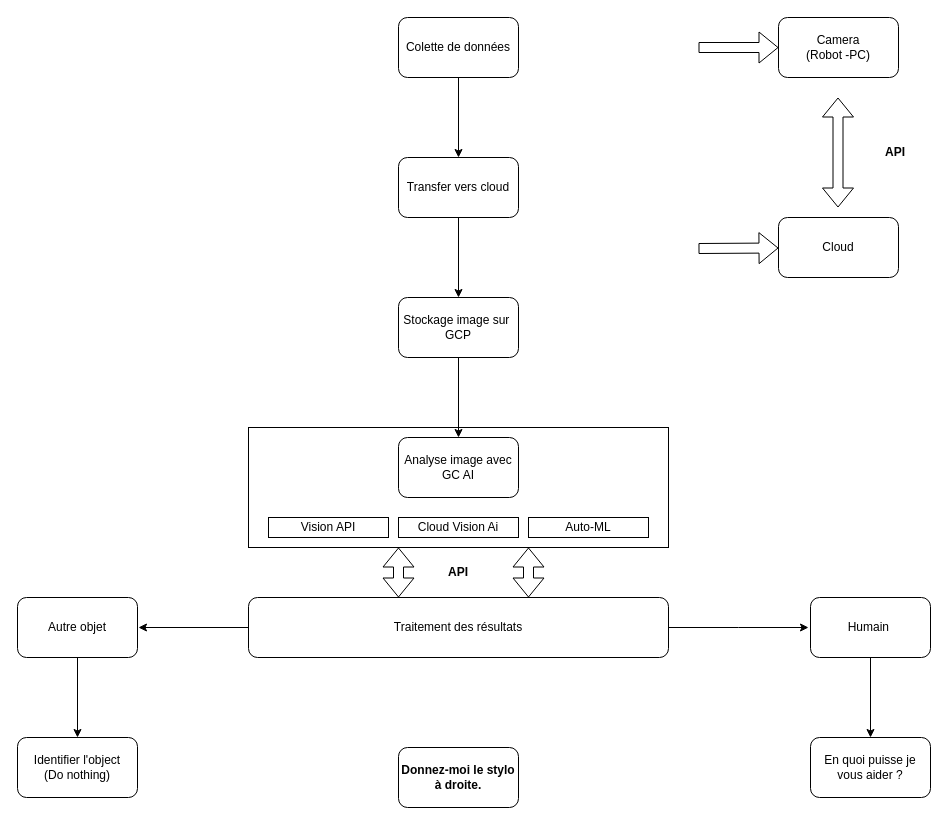
Earlier version of the draw.io diagram Diagramme sans nom.drawio (jbernardo6u/Personal_Project). Source tidied: cells renumbered, new cells numbered last; positions are measured from the earlier drawing's top-left corner, leaving out a move shared by most shapes. Both pictures are drawn from the tidied source at 100%, with x=0, y=0 at pixel (17, 17).
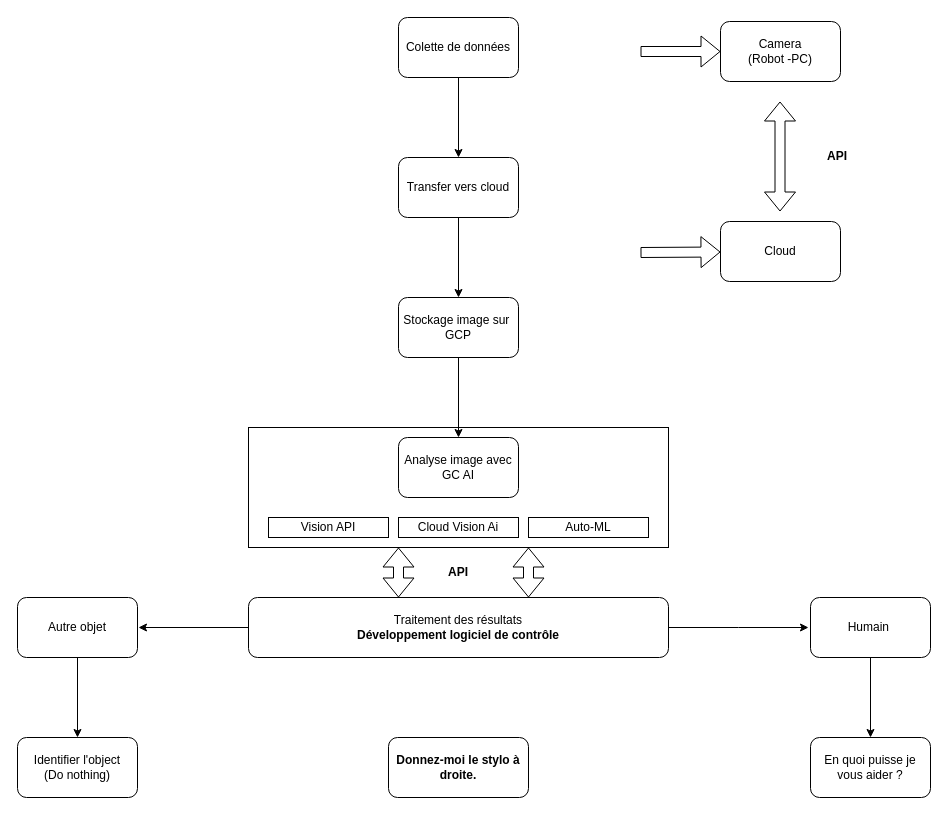
After the change.

Commit message:
Mettre à jour Diagramme sans nom.drawio

The edit, as a diff of the source:
```diff
@@
     <mxCell id="7" style="shape=flexArrow;endArrow=classic;html=1;rounded=0;" parent="1" edge="1" target="8">
       <mxGeometry relative="1" as="geometry">
-        <mxPoint x="681" y="30" as="sourcePoint" />
+        <mxPoint x="623" y="34" as="sourcePoint" />
       </mxGeometry>
     </mxCell>
     <mxCell id="8" value="Camera&lt;br&gt;(Robot -PC)" style="rounded=1;whiteSpace=wrap;html=1;" parent="1" vertex="1">
-      <mxGeometry x="761" width="120" height="60" as="geometry" />
+      <mxGeometry x="703" y="4" width="120" height="60" as="geometry" />
     </mxCell>
@@
-    <mxCell id="17" value="Traitement des résultats" style="rounded=1;whiteSpace=wrap;html=1;" parent="1" vertex="1">
+    <mxCell id="17" value="Traitement des résultats&lt;br&gt;&lt;b&gt;Développement logiciel de contrôle&lt;/b&gt;" style="rounded=1;whiteSpace=wrap;html=1;" parent="1" vertex="1">
       <mxGeometry x="231" y="580" width="420" height="60" as="geometry" />
     </mxCell>
@@
     <mxCell id="24" style="shape=flexArrow;endArrow=classic;html=1;rounded=0;" parent="1" edge="1">
       <mxGeometry relative="1" as="geometry">
-        <mxPoint x="681" y="231" as="sourcePoint" />
-        <mxPoint x="761" y="230.5" as="targetPoint" />
+        <mxPoint x="623" y="235" as="sourcePoint" />
+        <mxPoint x="703" y="234.5" as="targetPoint" />
       </mxGeometry>
     </mxCell>
     <mxCell id="25" value="Cloud" style="rounded=1;whiteSpace=wrap;html=1;" parent="1" vertex="1">
-      <mxGeometry x="761" y="200" width="120" height="60" as="geometry" />
+      <mxGeometry x="703" y="204" width="120" height="60" as="geometry" />
     </mxCell>
     <mxCell id="26" style="shape=flexArrow;endArrow=classic;startArrow=classic;html=1;rounded=0;" parent="1" edge="1">
       <mxGeometry relative="1" as="geometry">
-        <mxPoint x="820.5" y="190" as="sourcePoint" />
-        <mxPoint x="820.5" y="80" as="targetPoint" />
+        <mxPoint x="762.5" y="194" as="sourcePoint" />
+        <mxPoint x="762.5" y="84" as="targetPoint" />
       </mxGeometry>
     </mxCell>
@@
     <mxCell id="29" value="&lt;b&gt;API&lt;/b&gt;" style="text;html=1;strokeColor=none;fillColor=none;align=center;verticalAlign=middle;whiteSpace=wrap;rounded=0;" parent="1" vertex="1">
-      <mxGeometry x="848" y="120" width="60" height="30" as="geometry" />
+      <mxGeometry x="790" y="124" width="60" height="30" as="geometry" />
     </mxCell>
@@
     <mxCell id="31" value="&lt;b&gt;Donnez-moi le stylo à droite.&lt;/b&gt;" style="whiteSpace=wrap;html=1;rounded=1;" parent="1" vertex="1">
-      <mxGeometry x="381" y="730" width="120" height="60" as="geometry" />
+      <mxGeometry x="371" y="720" width="140" height="60" as="geometry" />
     </mxCell>
```
